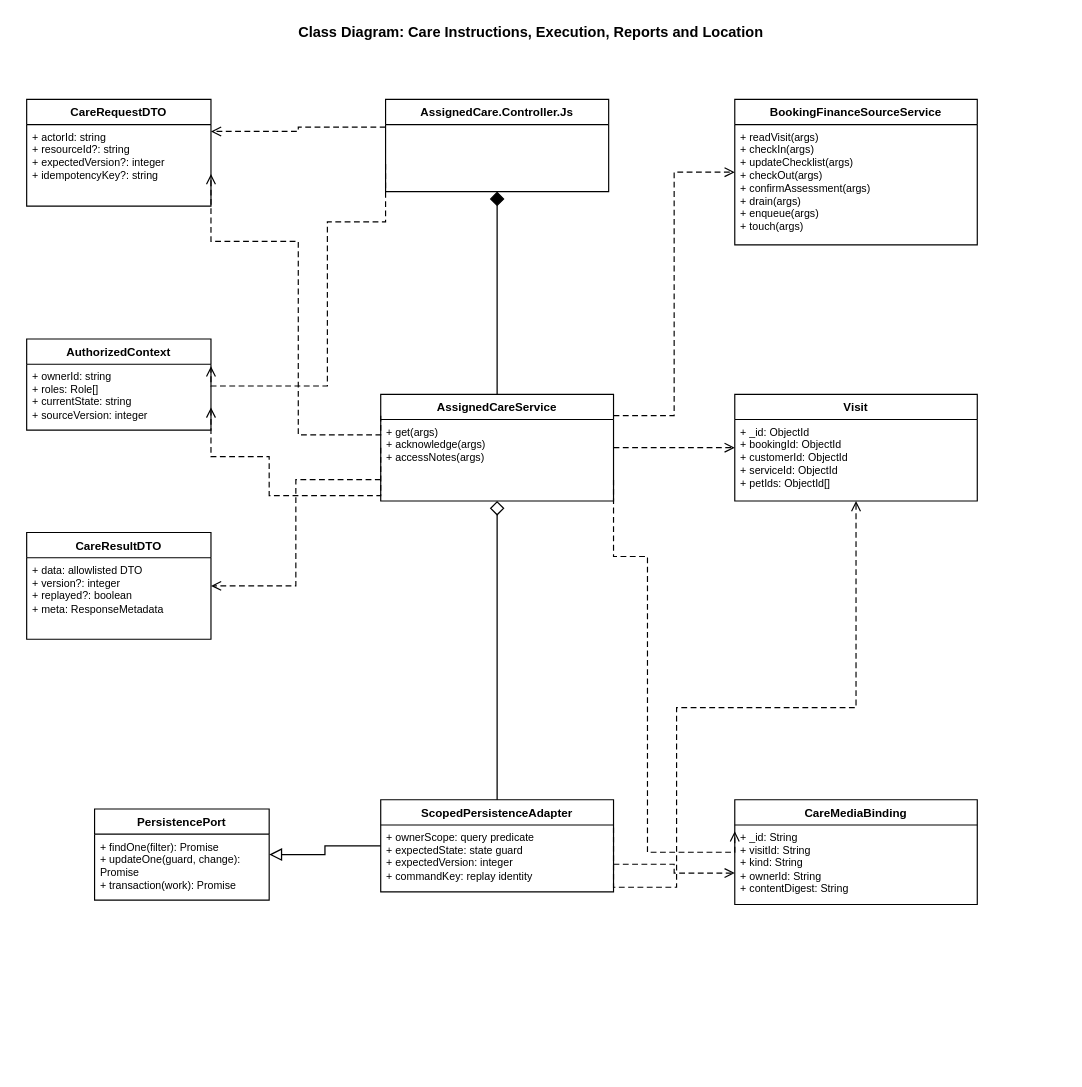
Earlier version of the draw.io diagram doc/reports/report4/class/class-care.drawio (ngocthanhhx7/SEP490_G101_FALL2026). Source tidied: cells renumbered, new cells numbered last; positions are measured from the earlier drawing's top-left corner, leaving out a move shared by most shapes. Both pictures are drawn from the tidied source at 97%, with x=0, y=0 at pixel (26, 16).
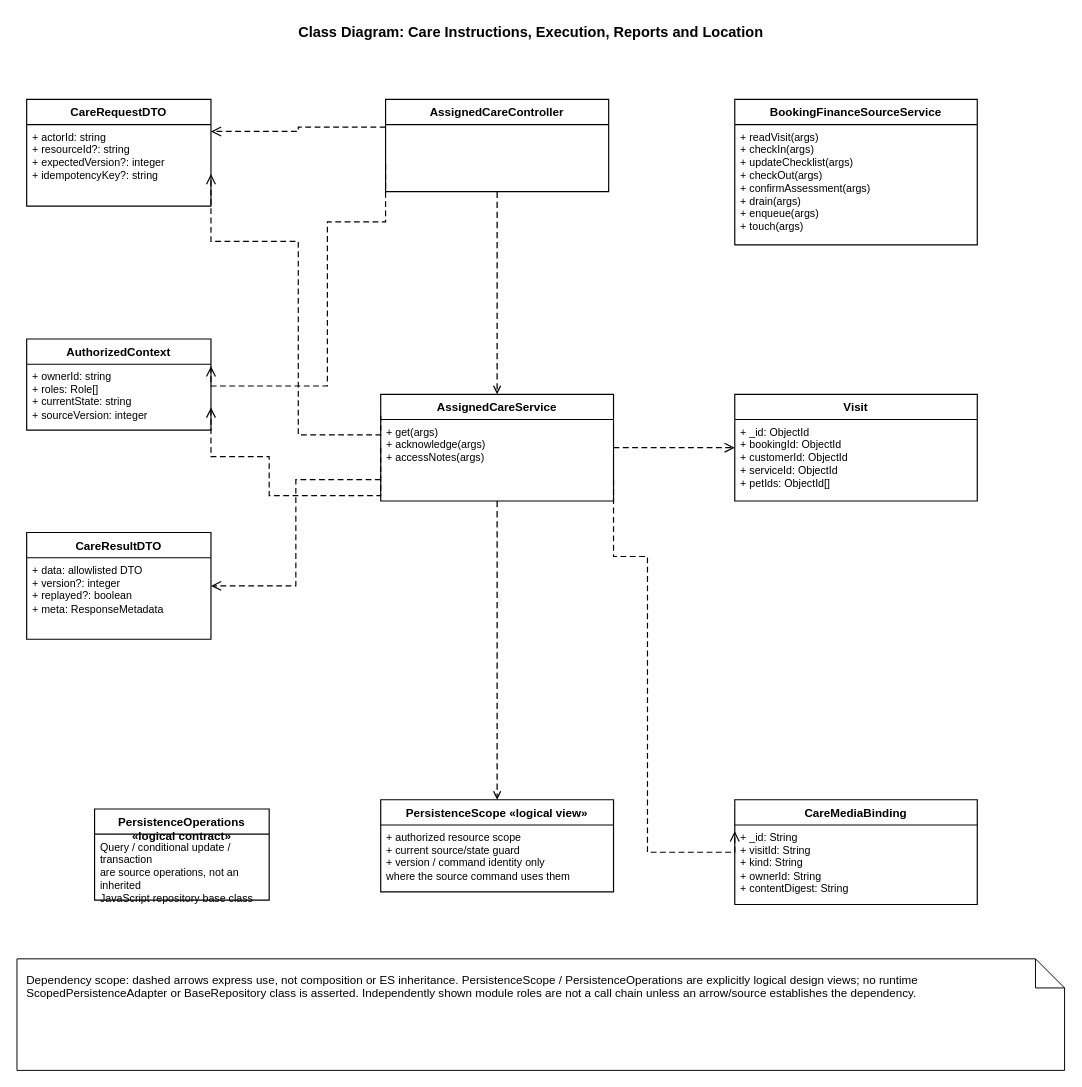
After the change.

The change refers to these unchanged cells:
```xml
<mxCell id="13" value="AssignedCareService" style="swimlane;fontStyle=1;align=center;verticalAlign=top;horizontal=1;startSize=26;html=1;whiteSpace=wrap;fillColor=#FFFFFF;strokeColor=#000000;strokeWidth=1.2;" parent="1" vertex="1">
  <mxGeometry x="365" y="390" width="240" height="110" as="geometry" />
</mxCell>
<mxCell id="17" value="BookingFinanceSourceService" style="swimlane;fontStyle=1;align=center;verticalAlign=top;horizontal=1;startSize=26;html=1;whiteSpace=wrap;fillColor=#FFFFFF;strokeColor=#000000;strokeWidth=1.2;" parent="1" vertex="1">
  <mxGeometry x="730" y="86" width="250" height="150" as="geometry" />
</mxCell>
<mxCell id="19" value="Visit" style="swimlane;fontStyle=1;align=center;verticalAlign=top;horizontal=1;startSize=26;html=1;whiteSpace=wrap;fillColor=#FFFFFF;strokeColor=#000000;strokeWidth=1.2;" parent="1" vertex="1">
  <mxGeometry x="730" y="390" width="250" height="110" as="geometry" />
</mxCell>
<mxCell id="21" value="CareMediaBinding" style="swimlane;fontStyle=1;align=center;verticalAlign=top;horizontal=1;startSize=26;html=1;whiteSpace=wrap;fillColor=#FFFFFF;strokeColor=#000000;strokeWidth=1.2;" parent="1" vertex="1">
  <mxGeometry x="730" y="808" width="250" height="108" as="geometry" />
</mxCell>
```

Diff of the diagram source:
```diff
@@
-    <mxCell id="9" value="PersistencePort" style="swimlane;fontStyle=1;align=center;verticalAlign=top;horizontal=1;startSize=26;html=1;whiteSpace=wrap;fillColor=#FFFFFF;strokeColor=#000000;strokeWidth=1.2;" parent="1" vertex="1">
+    <mxCell id="9" value="PersistenceOperations «logical contract»" style="swimlane;fontStyle=1;align=center;verticalAlign=top;horizontal=1;startSize=26;html=1;whiteSpace=wrap;fillColor=#FFFFFF;strokeColor=#000000;strokeWidth=1.2;" parent="1" vertex="1">
       <mxGeometry x="70" y="817.5" width="180" height="94" as="geometry" />
     </mxCell>
-    <mxCell id="10" value="+ findOne(filter): Promise&#10;+ updateOne(guard, change): Promise&#10;+ transaction(work): Promise" style="text;strokeColor=none;fillColor=none;align=left;verticalAlign=top;spacingLeft=4;spacingRight=4;overflow=visible;whiteSpace=wrap;html=1;fontSize=11;" parent="9" vertex="1">
+    <mxCell id="10" value="Query / conditional update / transaction&#10;are source operations, not an inherited&#10;JavaScript repository base class" style="text;strokeColor=none;fillColor=none;align=left;verticalAlign=top;spacingLeft=4;spacingRight=4;overflow=visible;whiteSpace=wrap;html=1;fontSize=11;" parent="9" vertex="1">
       <mxGeometry y="26" width="180" height="68" as="geometry" />
     </mxCell>
-    <mxCell id="11" value="AssignedCare.Controller.Js" style="swimlane;fontStyle=1;align=center;verticalAlign=top;horizontal=1;startSize=26;html=1;whiteSpace=wrap;fillColor=#FFFFFF;strokeColor=#000000;strokeWidth=1.2;" parent="1" vertex="1">
+    <mxCell id="11" value="AssignedCareController" style="swimlane;fontStyle=1;align=center;verticalAlign=top;horizontal=1;startSize=26;html=1;whiteSpace=wrap;fillColor=#FFFFFF;strokeColor=#000000;strokeWidth=1.2;" parent="1" vertex="1">
       <mxGeometry x="370" y="86" width="230" height="95" as="geometry" />
     </mxCell>
@@
-    <mxCell id="15" value="ScopedPersistenceAdapter" style="swimlane;fontStyle=1;align=center;verticalAlign=top;horizontal=1;startSize=26;html=1;whiteSpace=wrap;fillColor=#FFFFFF;strokeColor=#000000;strokeWidth=1.2;" parent="1" vertex="1">
+    <mxCell id="15" value="PersistenceScope «logical view»" style="swimlane;fontStyle=1;align=center;verticalAlign=top;horizontal=1;startSize=26;html=1;whiteSpace=wrap;fillColor=#FFFFFF;strokeColor=#000000;strokeWidth=1.2;" parent="1" vertex="1">
       <mxGeometry x="365" y="808" width="240" height="95" as="geometry" />
     </mxCell>
-    <mxCell id="16" value="+ ownerScope: query predicate&#10;+ expectedState: state guard&#10;+ expectedVersion: integer&#10;+ commandKey: replay identity" style="text;strokeColor=none;fillColor=none;align=left;verticalAlign=top;spacingLeft=4;spacingRight=4;overflow=visible;whiteSpace=wrap;html=1;fontSize=11;" parent="15" vertex="1">
+    <mxCell id="16" value="+ authorized resource scope&#10;+ current source/state guard&#10;+ version / command identity only&#10;  where the source command uses them" style="text;strokeColor=none;fillColor=none;align=left;verticalAlign=top;spacingLeft=4;spacingRight=4;overflow=visible;whiteSpace=wrap;html=1;fontSize=11;" parent="15" vertex="1">
       <mxGeometry y="26" width="240" height="69" as="geometry" />
     </mxCell>
@@
-    <mxCell id="23" style="edgeStyle=orthogonalEdgeStyle;rounded=0;jettySize=auto;html=1;startArrow=diamond;startFill=1;startSize=12;endArrow=none;strokeColor=#000000;strokeWidth=1.3;exitX=0.5;exitY=1;exitDx=0;exitDy=0;entryX=0.5;entryY=0;entryDx=0;entryDy=0;" parent="1" edge="1" source="11" target="13">
+    <mxCell id="23" style="edgeStyle=orthogonalEdgeStyle;rounded=0;jettySize=auto;html=1;strokeColor=#000000;strokeWidth=1.3;exitX=0.5;exitY=1;exitDx=0;exitDy=0;entryX=0.5;entryY=0;entryDx=0;entryDy=0;dashed=1;dashPattern=5 3;startArrow=none;endArrow=open;dashed=1;dashPattern=5 3;" parent="1" edge="1" source="11" target="13">
       <mxGeometry relative="1" as="geometry" />
     </mxCell>
-    <mxCell id="24" style="edgeStyle=orthogonalEdgeStyle;rounded=0;jettySize=auto;html=1;startArrow=diamond;startFill=0;startSize=12;endArrow=none;strokeColor=#000000;strokeWidth=1.3;exitX=0.5;exitY=1;exitDx=0;exitDy=0;entryX=0.5;entryY=0;entryDx=0;entryDy=0;" parent="1" edge="1" source="13" target="15">
+    <mxCell id="24" style="edgeStyle=orthogonalEdgeStyle;rounded=0;jettySize=auto;html=1;strokeColor=#000000;strokeWidth=1.3;exitX=0.5;exitY=1;exitDx=0;exitDy=0;entryX=0.5;entryY=0;entryDx=0;entryDy=0;dashed=1;dashPattern=5 3;startArrow=none;endArrow=open;dashed=1;dashPattern=5 3;" parent="1" edge="1" source="13" target="15">
       <mxGeometry relative="1" as="geometry" />
     </mxCell>
-    <mxCell id="25" style="edgeStyle=orthogonalEdgeStyle;rounded=0;jettySize=auto;html=1;endArrow=block;endFill=0;endSize=10;strokeColor=#000000;strokeWidth=1.3;exitX=0;exitY=0.5;exitDx=0;exitDy=0;entryX=1;entryY=0.5;entryDx=0;entryDy=0;" parent="1" edge="1" source="15" target="9">
-      <mxGeometry relative="1" as="geometry" />
-    </mxCell>
@@
-    <mxCell id="31" style="edgeStyle=orthogonalEdgeStyle;rounded=0;jettySize=auto;html=1;dashed=1;dashPattern=5 3;endArrow=open;endSize=8;strokeColor=#000000;strokeWidth=1.2;exitX=1;exitY=0.2;exitDx=0;exitDy=0;entryX=0;entryY=0.5;entryDx=0;entryDy=0;" parent="1" edge="1" source="13" target="17">
-      <mxGeometry relative="1" as="geometry" />
-    </mxCell>
@@
-    <mxCell id="34" style="edgeStyle=orthogonalEdgeStyle;rounded=0;jettySize=auto;html=1;dashed=1;dashPattern=5 3;endArrow=open;endSize=8;strokeColor=#000000;strokeWidth=1.2;exitX=1;exitY=0.3;exitDx=0;exitDy=0;entryX=0.5;entryY=1;entryDx=0;entryDy=0;" parent="1" edge="1" source="15" target="19">
-      <mxGeometry x="0.09" relative="1" as="geometry">
-        <Array as="points">
-          <mxPoint x="605" y="898.2" />
-          <mxPoint x="670" y="898.2" />
-          <mxPoint x="670" y="713" />
-          <mxPoint x="855" y="713" />
-        </Array>
-      </mxGeometry>
-    </mxCell>
-    <mxCell id="35" style="edgeStyle=orthogonalEdgeStyle;rounded=0;jettySize=auto;html=1;dashed=1;dashPattern=5 3;endArrow=open;endSize=8;strokeColor=#000000;strokeWidth=1.2;exitX=1;exitY=0.7;exitDx=0;exitDy=0;entryX=0;entryY=0.7;entryDx=0;entryDy=0;" parent="1" edge="1" source="15" target="21">
-      <mxGeometry relative="1" as="geometry" />
-    </mxCell>
+    <mxCell id="36" value="Dependency scope: dashed arrows express use, not composition or ES inheritance. PersistenceScope / PersistenceOperations are explicitly logical design views; no runtime ScopedPersistenceAdapter or BaseRepository class is asserted. Independently shown module roles are not a call chain unless an arrow/source establishes the dependency." style="shape=note;html=0;whiteSpace=wrap;align=left;verticalAlign=top;spacing=10;fontSize=12;fillColor=#ffffff;strokeColor=#000000;" parent="1" vertex="1">
+      <mxGeometry x="-10" y="972" width="1080" height="115" as="geometry" />
+    </mxCell>
```
